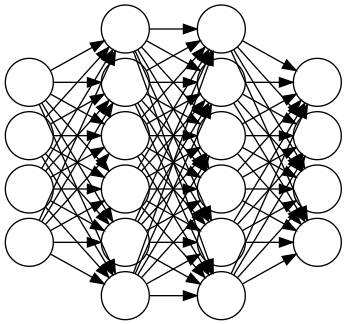
Earlier version of the Graphviz export misc/neural_net.dot.png (SeduceProject/seduce_ml). Its source is kept beside it as misc/neural_net.dot. The source it was exported from:
```dot
digraph G {

    rankdir=LR
	splines=line
    nodesep=.05;

    node [label=""];


    subgraph input_layer {
		color=white;
                node [style=solid,color=black, shape=circle];
		input_layer_1 input_layer_2 input_layer_3 input_layer_4;
		label = "input layer";
	}

    subgraph hidden_layer_1 {
		color=white;
                node [style=solid,color=black, shape=circle];
		hidden_layer_1_1 hidden_layer_1_2 hidden_layer_1_3 hidden_layer_1_4 hidden_layer_1_5 hidden_layer_1_6;
		label = "hidden layer 1";
	}

    subgraph hidden_layer_2 {
		color=white;
                node [style=solid,color=black, shape=circle];
		hidden_layer_2_1 hidden_layer_2_2 hidden_layer_2_3 hidden_layer_2_4 hidden_layer_2_5 hidden_layer_2_6;
		label = "hidden layer 2";
	}

    subgraph output_layer {
		color=white;
                node [style=solid,color=black, shape=circle];
		output_layer_1 output_layer_2 output_layer_3 output_layer_4;
		label = "output layer";
	}












                input_layer_1 -> hidden_layer_1_1;

                input_layer_1 -> hidden_layer_1_2;

                input_layer_1 -> hidden_layer_1_3;

                input_layer_1 -> hidden_layer_1_4;

                input_layer_1 -> hidden_layer_1_5;

                input_layer_1 -> hidden_layer_1_6;



                input_layer_2 -> hidden_layer_1_1;

                input_layer_2 -> hidden_layer_1_2;

                input_layer_2 -> hidden_layer_1_3;

                input_layer_2 -> hidden_layer_1_4;

                input_layer_2 -> hidden_layer_1_5;

                input_layer_2 -> hidden_layer_1_6;



                input_layer_3 -> hidden_layer_1_1;

                input_layer_3 -> hidden_layer_1_2;

                input_layer_3 -> hidden_layer_1_3;

                input_layer_3 -> hidden_layer_1_4;

                input_layer_3 -> hidden_layer_1_5;

                input_layer_3 -> hidden_layer_1_6;



                input_layer_4 -> hidden_layer_1_1;

                input_layer_4 -> hidden_layer_1_2;

                input_layer_4 -> hidden_layer_1_3;

                input_layer_4 -> hidden_layer_1_4;

                input_layer_4 -> hidden_layer_1_5;

                input_layer_4 -> hidden_layer_1_6;











                hidden_layer_1_1 -> hidden_layer_2_1;

                hidden_layer_1_1 -> hidden_layer_2_2;

                hidden_layer_1_1 -> hidden_layer_2_3;

                hidden_layer_1_1 -> hidden_layer_2_4;

                hidden_layer_1_1 -> hidden_layer_2_5;

                hidden_layer_1_1 -> hidden_layer_2_6;



                hidden_layer_1_2 -> hidden_layer_2_1;

                hidden_layer_1_2 -> hidden_layer_2_2;

                hidden_layer_1_2 -> hidden_layer_2_3;

                hidden_layer_1_2 -> hidden_layer_2_4;

                hidden_layer_1_2 -> hidden_layer_2_5;

                hidden_layer_1_2 -> hidden_layer_2_6;



                hidden_layer_1_3 -> hidden_layer_2_1;

                hidden_layer_1_3 -> hidden_layer_2_2;

                hidden_layer_1_3 -> hidden_layer_2_3;

                hidden_layer_1_3 -> hidden_layer_2_4;

                hidden_layer_1_3 -> hidden_layer_2_5;

                hidden_layer_1_3 -> hidden_layer_2_6;



                hidden_layer_1_4 -> hidden_layer_2_1;

                hidden_layer_1_4 -> hidden_layer_2_2;

                hidden_layer_1_4 -> hidden_layer_2_3;

                hidden_layer_1_4 -> hidden_layer_2_4;

                hidden_layer_1_4 -> hidden_layer_2_5;

                hidden_layer_1_4 -> hidden_layer_2_6;



                hidden_layer_1_5 -> hidden_layer_2_1;

                hidden_layer_1_5 -> hidden_layer_2_2;

                hidden_layer_1_5 -> hidden_layer_2_3;

                hidden_layer_1_5 -> hidden_layer_2_4;

                hidden_layer_1_5 -> hidden_layer_2_5;

                hidden_layer_1_5 -> hidden_layer_2_6;



                hidden_layer_1_6 -> hidden_layer_2_1;

                hidden_layer_1_6 -> hidden_layer_2_2;

                hidden_layer_1_6 -> hidden_layer_2_3;

                hidden_layer_1_6 -> hidden_layer_2_4;

                hidden_layer_1_6 -> hidden_layer_2_5;

                hidden_layer_1_6 -> hidden_layer_2_6;











                hidden_layer_2_1 -> output_layer_1;

                hidden_layer_2_1 -> output_layer_2;

                hidden_layer_2_1 -> output_layer_3;

                hidden_layer_2_1 -> output_layer_4;



                hidden_layer_2_2 -> output_layer_1;

                hidden_layer_2_2 -> output_layer_2;

                hidden_layer_2_2 -> output_layer_3;

                hidden_layer_2_2 -> output_layer_4;



                hidden_layer_2_3 -> output_layer_1;

                hidden_layer_2_3 -> output_layer_2;

                hidden_layer_2_3 -> output_layer_3;

                hidden_layer_2_3 -> output_layer_4;



                hidden_layer_2_4 -> output_layer_1;

                hidden_layer_2_4 -> output_layer_2;

                hidden_layer_2_4 -> output_layer_3;

                hidden_layer_2_4 -> output_layer_4;



                hidden_layer_2_5 -> output_layer_1;

                hidden_layer_2_5 -> output_layer_2;

                hidden_layer_2_5 -> output_layer_3;

                hidden_layer_2_5 -> output_layer_4;



                hidden_layer_2_6 -> output_layer_1;

                hidden_layer_2_6 -> output_layer_2;

                hidden_layer_2_6 -> output_layer_3;

                hidden_layer_2_6 -> output_layer_4;





}
```
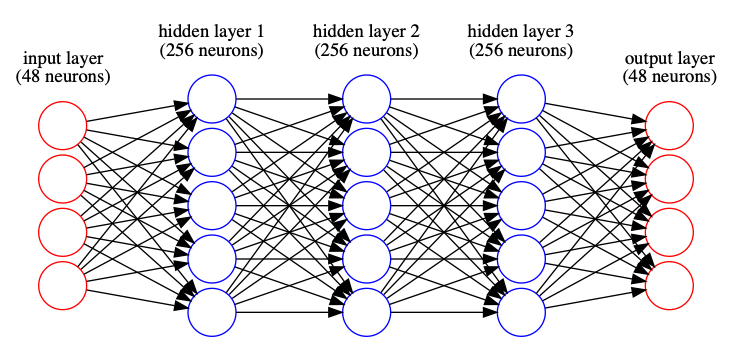
After the commit.

Change to the diagram source:
```diff
@@ -7,260 +7,184 @@
     node [label=""];
 
 
-    subgraph input_layer {
+    subgraph cluster_0 {
 		color=white;
-                node [style=solid,color=black, shape=circle];
-		input_layer_1 input_layer_2 input_layer_3 input_layer_4;
-		label = "input layer";
+        node [style=solid,color=red, shape=circle];
+		x1 x2 x3 x4;
+		label = "input layer
+(48 neurons)";
 	}
 
-    subgraph hidden_layer_1 {
+    subgraph cluster_1 {
 		color=white;
-                node [style=solid,color=black, shape=circle];
-		hidden_layer_1_1 hidden_layer_1_2 hidden_layer_1_3 hidden_layer_1_4 hidden_layer_1_5 hidden_layer_1_6;
-		label = "hidden layer 1";
+        node [style=solid,color=blue, shape=circle];
+		a12 a22 a32 a42 a52;
+		label = "hidden layer 1
+(256 neurons)";
 	}
 
-    subgraph hidden_layer_2 {
+    subgraph cluster_2 {
 		color=white;
-                node [style=solid,color=black, shape=circle];
-		hidden_layer_2_1 hidden_layer_2_2 hidden_layer_2_3 hidden_layer_2_4 hidden_layer_2_5 hidden_layer_2_6;
-		label = "hidden layer 2";
+        node [style=solid,color=blue, shape=circle];
+		a13 a23 a33 a43 a53;
+		label = "hidden layer 2
+(256 neurons)";
 	}
 
-    subgraph output_layer {
+    subgraph cluster_3 {
 		color=white;
-                node [style=solid,color=black, shape=circle];
-		output_layer_1 output_layer_2 output_layer_3 output_layer_4;
-		label = "output layer";
+        node [style=solid,color=blue, shape=circle];
+		a14 a24 a34 a44 a54;
+		label = "hidden layer 3
+(256 neurons)";
+	}
+
+    subgraph cluster_4 {
+		color=white;
+        node [style=solid,color=red, shape=circle];
+		O1 O2 O3 O4;
+		label = "output layer
+(48 neurons)";
 	}
 
 
 
 
+                x1 -> a12;
+                x1 -> a22;
+                x1 -> a32;
+                x1 -> a42;
+                x1 -> a52;
+
+
+                x2 -> a12;
+                x2 -> a22;
+                x2 -> a32;
+                x2 -> a42;
+                x2 -> a52;
+
+
+                x3 -> a12;
+                x3 -> a22;
+                x3 -> a32;
+                x3 -> a42;
+                x3 -> a52;
+
+
+                x4 -> a12;
+                x4 -> a22;
+                x4 -> a32;
+                x4 -> a42;
+                x4 -> a52;
 
 
 
 
 
+                a12 -> a13;
+                a12 -> a23;
+                a12 -> a33;
+                a12 -> a43;
+                a12 -> a53;
 
 
-
-                input_layer_1 -> hidden_layer_1_1;
-
-                input_layer_1 -> hidden_layer_1_2;
-
-                input_layer_1 -> hidden_layer_1_3;
-
-                input_layer_1 -> hidden_layer_1_4;
-
-                input_layer_1 -> hidden_layer_1_5;
-
-                input_layer_1 -> hidden_layer_1_6;
+                a22 -> a13;
+                a22 -> a23;
+                a22 -> a33;
+                a22 -> a43;
+                a22 -> a53;
 
 
-
-                input_layer_2 -> hidden_layer_1_1;
-
-                input_layer_2 -> hidden_layer_1_2;
-
-                input_layer_2 -> hidden_layer_1_3;
-
-                input_layer_2 -> hidden_layer_1_4;
-
-                input_layer_2 -> hidden_layer_1_5;
-
-                input_layer_2 -> hidden_layer_1_6;
+                a32 -> a13;
+                a32 -> a23;
+                a32 -> a33;
+                a32 -> a43;
+                a32 -> a53;
 
 
-
-                input_layer_3 -> hidden_layer_1_1;
-
-                input_layer_3 -> hidden_layer_1_2;
-
-                input_layer_3 -> hidden_layer_1_3;
-
-                input_layer_3 -> hidden_layer_1_4;
-
-                input_layer_3 -> hidden_layer_1_5;
-
-                input_layer_3 -> hidden_layer_1_6;
+                a42 -> a13;
+                a42 -> a23;
+                a42 -> a33;
+                a42 -> a43;
+                a42 -> a53;
 
 
-
-                input_layer_4 -> hidden_layer_1_1;
-
-                input_layer_4 -> hidden_layer_1_2;
-
-                input_layer_4 -> hidden_layer_1_3;
-
-                input_layer_4 -> hidden_layer_1_4;
-
-                input_layer_4 -> hidden_layer_1_5;
-
-                input_layer_4 -> hidden_layer_1_6;
+                a52 -> a13;
+                a52 -> a23;
+                a52 -> a33;
+                a52 -> a43;
+                a52 -> a53;
 
 
 
 
 
+                a13 -> a14;
+                a13 -> a24;
+                a13 -> a34;
+                a13 -> a44;
+                a13 -> a54;
+
+
+                a23 -> a14;
+                a23 -> a24;
+                a23 -> a34;
+                a23 -> a44;
+                a23 -> a54;
+
+
+                a33 -> a14;
+                a33 -> a24;
+                a33 -> a34;
+                a33 -> a44;
+                a33 -> a54;
+
+
+                a43 -> a14;
+                a43 -> a24;
+                a43 -> a34;
+                a43 -> a44;
+                a43 -> a54;
+
+
+                a53 -> a14;
+                a53 -> a24;
+                a53 -> a34;
+                a53 -> a44;
+                a53 -> a54;
 
 
 
 
 
-
-                hidden_layer_1_1 -> hidden_layer_2_1;
-
-                hidden_layer_1_1 -> hidden_layer_2_2;
-
-                hidden_layer_1_1 -> hidden_layer_2_3;
-
-                hidden_layer_1_1 -> hidden_layer_2_4;
-
-                hidden_layer_1_1 -> hidden_layer_2_5;
-
-                hidden_layer_1_1 -> hidden_layer_2_6;
+                a14 -> O1;
+                a14 -> O2;
+                a14 -> O3;
+                a14 -> O4;
 
 
-
-                hidden_layer_1_2 -> hidden_layer_2_1;
-
-                hidden_layer_1_2 -> hidden_layer_2_2;
-
-                hidden_layer_1_2 -> hidden_layer_2_3;
-
-                hidden_layer_1_2 -> hidden_layer_2_4;
-
-                hidden_layer_1_2 -> hidden_layer_2_5;
-
-                hidden_layer_1_2 -> hidden_layer_2_6;
+                a24 -> O1;
+                a24 -> O2;
+                a24 -> O3;
+                a24 -> O4;
 
 
-
-                hidden_layer_1_3 -> hidden_layer_2_1;
-
-                hidden_layer_1_3 -> hidden_layer_2_2;
-
-                hidden_layer_1_3 -> hidden_layer_2_3;
-
-                hidden_layer_1_3 -> hidden_layer_2_4;
-
-                hidden_layer_1_3 -> hidden_layer_2_5;
-
-                hidden_layer_1_3 -> hidden_layer_2_6;
+                a34 -> O1;
+                a34 -> O2;
+                a34 -> O3;
+                a34 -> O4;
 
 
-
-                hidden_layer_1_4 -> hidden_layer_2_1;
-
-                hidden_layer_1_4 -> hidden_layer_2_2;
-
-                hidden_layer_1_4 -> hidden_layer_2_3;
-
-                hidden_layer_1_4 -> hidden_layer_2_4;
-
-                hidden_layer_1_4 -> hidden_layer_2_5;
-
-                hidden_layer_1_4 -> hidden_layer_2_6;
+                a44 -> O1;
+                a44 -> O2;
+                a44 -> O3;
+                a44 -> O4;
 
 
-
-                hidden_layer_1_5 -> hidden_layer_2_1;
-
-                hidden_layer_1_5 -> hidden_layer_2_2;
-
-                hidden_layer_1_5 -> hidden_layer_2_3;
-
-                hidden_layer_1_5 -> hidden_layer_2_4;
-
-                hidden_layer_1_5 -> hidden_layer_2_5;
-
-                hidden_layer_1_5 -> hidden_layer_2_6;
-
-
-
-                hidden_layer_1_6 -> hidden_layer_2_1;
-
-                hidden_layer_1_6 -> hidden_layer_2_2;
-
-                hidden_layer_1_6 -> hidden_layer_2_3;
-
-                hidden_layer_1_6 -> hidden_layer_2_4;
-
-                hidden_layer_1_6 -> hidden_layer_2_5;
-
-                hidden_layer_1_6 -> hidden_layer_2_6;
-
-
-
-
-
-
-
-
-
-
-
-                hidden_layer_2_1 -> output_layer_1;
-
-                hidden_layer_2_1 -> output_layer_2;
-
-                hidden_layer_2_1 -> output_layer_3;
-
-                hidden_layer_2_1 -> output_layer_4;
-
-
-
-                hidden_layer_2_2 -> output_layer_1;
-
-                hidden_layer_2_2 -> output_layer_2;
-
-                hidden_layer_2_2 -> output_layer_3;
-
-                hidden_layer_2_2 -> output_layer_4;
-
-
-
-                hidden_layer_2_3 -> output_layer_1;
-
-                hidden_layer_2_3 -> output_layer_2;
-
-                hidden_layer_2_3 -> output_layer_3;
-
-                hidden_layer_2_3 -> output_layer_4;
-
-
-
-                hidden_layer_2_4 -> output_layer_1;
-
-                hidden_layer_2_4 -> output_layer_2;
-
-                hidden_layer_2_4 -> output_layer_3;
-
-                hidden_layer_2_4 -> output_layer_4;
-
-
-
-                hidden_layer_2_5 -> output_layer_1;
-
-                hidden_layer_2_5 -> output_layer_2;
-
-                hidden_layer_2_5 -> output_layer_3;
-
-                hidden_layer_2_5 -> output_layer_4;
-
-
-
-                hidden_layer_2_6 -> output_layer_1;
-
-                hidden_layer_2_6 -> output_layer_2;
-
-                hidden_layer_2_6 -> output_layer_3;
-
-                hidden_layer_2_6 -> output_layer_4;
-
-
+                a54 -> O1;
+                a54 -> O2;
+                a54 -> O3;
+                a54 -> O4;
 
 
 
```
